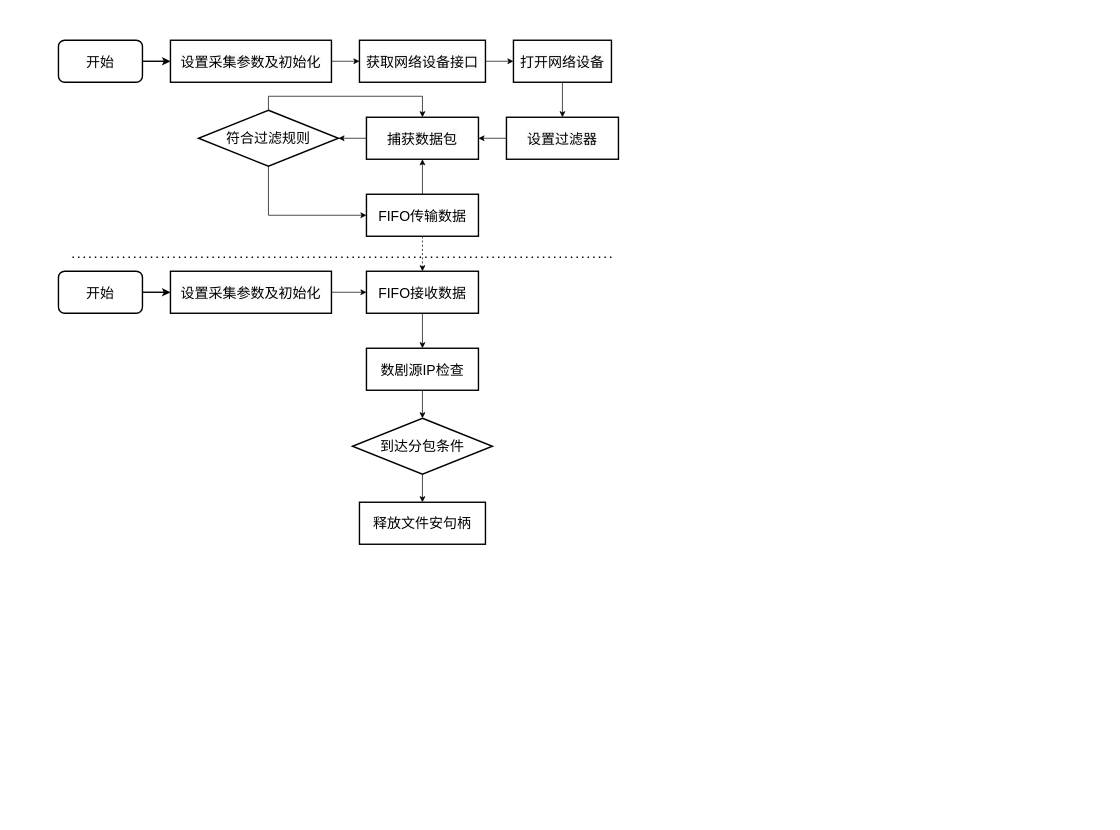
strongjay/outPath keeps this draw.io diagram as LIADRLOG.drawio. Above is the earlier version. Source tidied: cells renumbered, new cells numbered last; positions are measured from the earlier drawing's top-left corner, leaving out a move shared by most shapes. Both pictures are drawn from the tidied source at 70%, with x=0, y=0 at pixel (58, 40).
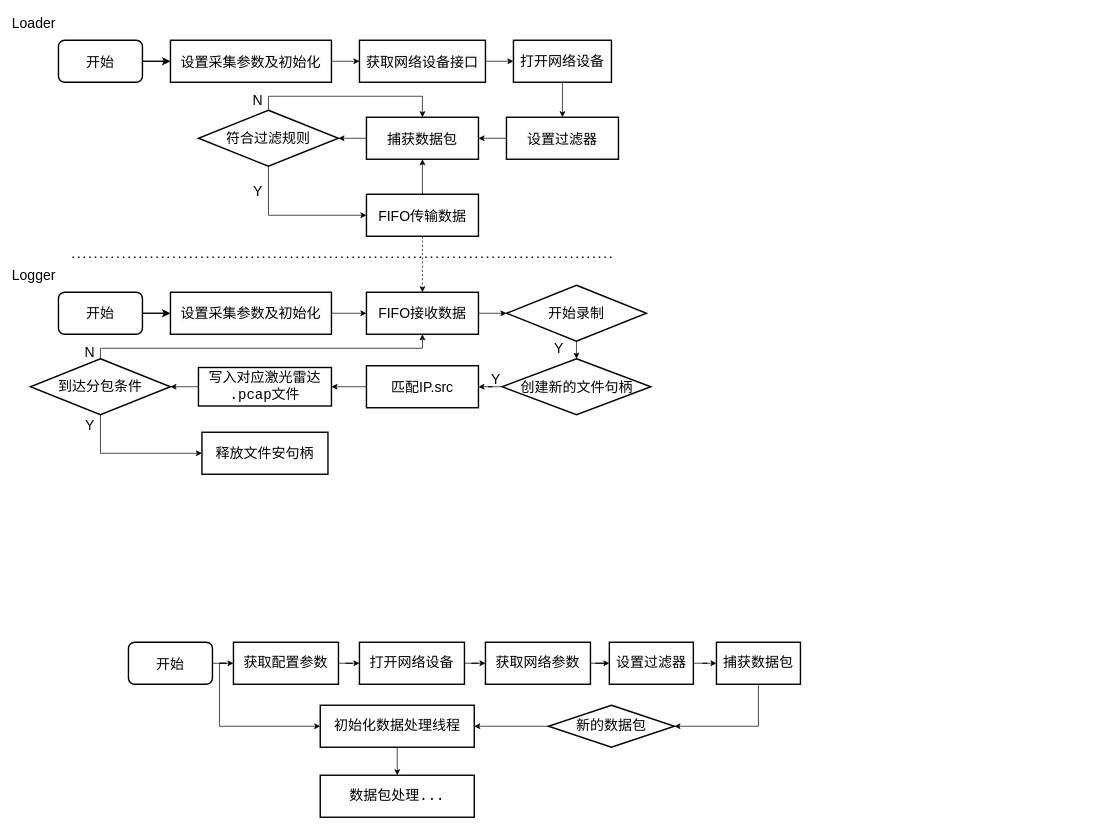
The same diagram, later.

Change to the diagram source:
```diff
@@
-    <mxCell id="9" value="&lt;h2 style=&quot;forced-color-adjust: none; color: rgb(0, 0, 0); font-family: Helvetica; font-style: normal; font-variant-ligatures: normal; font-variant-caps: normal; letter-spacing: normal; orphans: 2; text-align: center; text-indent: 0px; text-transform: none; widows: 2; word-spacing: 0px; -webkit-text-stroke-width: 0px; white-space: normal; background-color: rgb(251, 251, 251); text-decoration-thickness: initial; text-decoration-style: initial; text-decoration-color: initial; font-size: 20px;&quot;&gt;&lt;span style=&quot;forced-color-adjust: none; font-weight: normal;&quot;&gt;打开网络设备&lt;/span&gt;&lt;/h2&gt;" style="rounded=0;whiteSpace=wrap;html=1;strokeWidth=2;" parent="1" vertex="1">
+    <mxCell id="9" value="&lt;h2 style=&quot;forced-color-adjust: none; color: rgb(0, 0, 0); font-family: Helvetica; font-style: normal; font-variant-ligatures: normal; font-variant-caps: normal; letter-spacing: normal; orphans: 2; text-align: center; text-indent: 0px; text-transform: none; widows: 2; word-spacing: 0px; -webkit-text-stroke-width: 0px; white-space: normal; background-color: rgb(251, 251, 251); text-decoration-thickness: initial; text-decoration-style: initial; text-decoration-color: initial;&quot;&gt;&lt;span style=&quot;forced-color-adjust: none; font-weight: normal;&quot;&gt;&lt;font style=&quot;font-size: 20px;&quot;&gt;打开网络设备&lt;/font&gt;&lt;/span&gt;&lt;/h2&gt;" style="rounded=0;whiteSpace=wrap;html=1;strokeWidth=2;" parent="1" vertex="1">
       <mxGeometry x="650" width="140" height="60" as="geometry" />
     </mxCell>
@@
-    <mxCell id="20" style="edgeStyle=orthogonalEdgeStyle;rounded=0;jettySize=auto;html=1;entryX=0.5;entryY=0;entryDx=0;entryDy=0;" parent="1" edge="1" source="21" target="28">
+    <mxCell id="20" style="edgeStyle=orthogonalEdgeStyle;rounded=0;jettySize=auto;html=1;exitX=0.5;exitY=1;exitDx=0;exitDy=0;" parent="1" edge="1" source="35" target="38">
       <mxGeometry relative="1" as="geometry" />
     </mxCell>
+    <mxCell id="32" style="edgeStyle=orthogonalEdgeStyle;rounded=0;jettySize=auto;html=1;" parent="1" edge="1" source="21" target="35">
+      <mxGeometry relative="1" as="geometry" />
+    </mxCell>
     <mxCell id="21" value="&lt;h2 style=&quot;font-size: 20px;&quot;&gt;&lt;span style=&quot;font-weight: normal;&quot;&gt;FIFO接收数据&lt;/span&gt;&lt;/h2&gt;" style="whiteSpace=wrap;html=1;rounded=0;strokeWidth=2;" parent="1" vertex="1">
-      <mxGeometry x="440" y="330" width="160" height="60" as="geometry" />
+      <mxGeometry x="440" y="360" width="160" height="60" as="geometry" />
     </mxCell>
@@
     <mxCell id="24" value="&lt;h2 style=&quot;font-size: 20px;&quot;&gt;&lt;span style=&quot;font-weight: normal;&quot;&gt;开始&lt;/span&gt;&lt;/h2&gt;" style="rounded=1;whiteSpace=wrap;html=1;strokeWidth=2;" parent="1" vertex="1">
-      <mxGeometry y="330" width="120" height="60" as="geometry" />
+      <mxGeometry y="360" width="120" height="60" as="geometry" />
     </mxCell>
@@
     <mxCell id="26" value="&lt;h2 style=&quot;forced-color-adjust: none; color: rgb(0, 0, 0); font-family: Helvetica; font-style: normal; font-variant-ligatures: normal; font-variant-caps: normal; letter-spacing: normal; orphans: 2; text-align: center; text-indent: 0px; text-transform: none; widows: 2; word-spacing: 0px; -webkit-text-stroke-width: 0px; white-space: normal; background-color: rgb(251, 251, 251); text-decoration-thickness: initial; text-decoration-style: initial; text-decoration-color: initial; font-size: 20px;&quot;&gt;&lt;span style=&quot;forced-color-adjust: none; font-weight: normal;&quot;&gt;设置采集参数及初始化&lt;/span&gt;&lt;/h2&gt;" style="rounded=0;whiteSpace=wrap;html=1;strokeWidth=2;" parent="1" vertex="1">
-      <mxGeometry x="160" y="330" width="230" height="60" as="geometry" />
+      <mxGeometry x="160" y="360" width="230" height="60" as="geometry" />
     </mxCell>
-    <mxCell id="27" style="edgeStyle=orthogonalEdgeStyle;rounded=0;jettySize=auto;html=1;entryX=0.5;entryY=0;entryDx=0;entryDy=0;" parent="1" edge="1" source="28" target="30">
-      <mxGeometry relative="1" as="geometry" />
-    </mxCell>
+    <mxCell id="33" style="edgeStyle=orthogonalEdgeStyle;rounded=0;jettySize=auto;html=1;" parent="1" edge="1" source="28" target="40">
+      <mxGeometry relative="1" as="geometry" />
+    </mxCell>
-    <mxCell id="28" value="&lt;h2 style=&quot;font-size: 20px;&quot;&gt;&lt;span style=&quot;font-weight: normal;&quot;&gt;数剧源IP检查&lt;/span&gt;&lt;/h2&gt;" style="whiteSpace=wrap;html=1;rounded=0;strokeWidth=2;" parent="1" vertex="1">
-      <mxGeometry x="440" y="440" width="160" height="60" as="geometry" />
+    <mxCell id="28" value="&lt;h2 style=&quot;font-size: 20px;&quot;&gt;&lt;span style=&quot;font-weight: 400;&quot;&gt;匹配IP.src&lt;/span&gt;&lt;/h2&gt;" style="whiteSpace=wrap;html=1;rounded=0;strokeWidth=2;" parent="1" vertex="1">
+      <mxGeometry x="440" y="465" width="160" height="60" as="geometry" />
     </mxCell>
-    <mxCell id="29" style="edgeStyle=orthogonalEdgeStyle;rounded=0;jettySize=auto;html=1;" parent="1" edge="1" source="30" target="31">
+    <mxCell id="29" style="edgeStyle=orthogonalEdgeStyle;rounded=0;jettySize=auto;html=1;exitX=0.5;exitY=1;exitDx=0;exitDy=0;entryX=0;entryY=0.5;entryDx=0;entryDy=0;" parent="1" edge="1" source="30" target="31">
       <mxGeometry relative="1" as="geometry" />
     </mxCell>
+    <mxCell id="34" style="edgeStyle=orthogonalEdgeStyle;rounded=0;jettySize=auto;html=1;entryX=0.5;entryY=1;entryDx=0;entryDy=0;" parent="1" edge="1" source="30" target="21">
+      <mxGeometry relative="1" as="geometry">
+        <Array as="points">
+          <mxPoint x="60" y="440" />
+          <mxPoint x="520" y="440" />
+        </Array>
+      </mxGeometry>
+    </mxCell>
     <mxCell id="30" value="&lt;h2 style=&quot;&quot;&gt;&lt;span style=&quot;font-size: 20px; font-weight: 400;&quot;&gt;到达分包条件&lt;/span&gt;&lt;/h2&gt;" style="rhombus;whiteSpace=wrap;html=1;rounded=0;strokeWidth=2;" parent="1" vertex="1">
-      <mxGeometry x="420" y="540" width="200" height="80" as="geometry" />
+      <mxGeometry x="-40" y="455" width="200" height="80" as="geometry" />
     </mxCell>
     <mxCell id="31" value="&lt;h2&gt;&lt;span style=&quot;font-size: 20px; font-weight: 400;&quot;&gt;释放文件安句柄&lt;/span&gt;&lt;/h2&gt;" style="whiteSpace=wrap;html=1;rounded=0;strokeWidth=2;" parent="1" vertex="1">
-      <mxGeometry x="430" y="660" width="180" height="60" as="geometry" />
+      <mxGeometry x="205" y="560" width="180" height="60" as="geometry" />
     </mxCell>
+    <mxCell id="35" value="&lt;h2 style=&quot;&quot;&gt;&lt;span style=&quot;font-size: 20px; font-weight: 400;&quot;&gt;开始录制&lt;/span&gt;&lt;/h2&gt;" style="rhombus;whiteSpace=wrap;html=1;rounded=0;strokeWidth=2;" parent="1" vertex="1">
+      <mxGeometry x="640" y="350" width="200" height="80" as="geometry" />
+    </mxCell>
+    <mxCell id="36" value="&lt;h2 style=&quot;forced-color-adjust: none; color: rgb(0, 0, 0); font-family: Helvetica; font-style: normal; font-variant-ligatures: normal; font-variant-caps: normal; letter-spacing: normal; orphans: 2; text-align: center; text-indent: 0px; text-transform: none; widows: 2; word-spacing: 0px; -webkit-text-stroke-width: 0px; white-space: normal; background-color: rgb(251, 251, 251); text-decoration-thickness: initial; text-decoration-style: initial; text-decoration-color: initial; font-size: 20px;&quot;&gt;&lt;br&gt;&lt;/h2&gt;" style="text;whiteSpace=wrap;html=1;" parent="1" vertex="1">
+      <mxGeometry x="1290" y="550" width="210" height="80" as="geometry" />
+    </mxCell>
+    <mxCell id="37" style="edgeStyle=orthogonalEdgeStyle;rounded=0;jettySize=auto;html=1;" parent="1" edge="1" source="38" target="28">
+      <mxGeometry relative="1" as="geometry" />
+    </mxCell>
+    <mxCell id="38" value="&lt;h2 style=&quot;font-size: 20px;&quot;&gt;&lt;span style=&quot;font-weight: normal;&quot;&gt;创建新的文件句柄&lt;/span&gt;&lt;/h2&gt;" style="rhombus;whiteSpace=wrap;html=1;rounded=0;strokeWidth=2;" parent="1" vertex="1">
+      <mxGeometry x="633.8" y="455" width="212.5" height="80" as="geometry" />
+    </mxCell>
+    <mxCell id="39" style="edgeStyle=orthogonalEdgeStyle;rounded=0;jettySize=auto;html=1;" parent="1" edge="1" source="40" target="30">
+      <mxGeometry relative="1" as="geometry" />
+    </mxCell>
+    <mxCell id="40" value="&lt;pre style=&quot;font-size: 20px;&quot;&gt;&lt;span style=&quot;font-weight: 400;&quot;&gt;写入对应激光雷达&lt;br&gt;&lt;/span&gt;&lt;span style=&quot;font-weight: 400;&quot;&gt;.pcap文件&lt;/span&gt;&lt;/pre&gt;" style="whiteSpace=wrap;html=1;rounded=0;strokeWidth=2;" parent="1" vertex="1">
+      <mxGeometry x="200" y="467.5" width="190" height="55" as="geometry" />
+    </mxCell>
+    <mxCell id="41" value="&lt;font style=&quot;font-size: 20px;&quot;&gt;Y&lt;/font&gt;" style="text;html=1;align=center;verticalAlign=middle;whiteSpace=wrap;rounded=0;" parent="1" vertex="1">
+      <mxGeometry x="270" y="200" width="30" height="30" as="geometry" />
+    </mxCell>
+    <mxCell id="42" value="&lt;font style=&quot;font-size: 20px;&quot;&gt;Y&lt;/font&gt;" style="text;html=1;align=center;verticalAlign=middle;whiteSpace=wrap;rounded=0;" parent="1" vertex="1">
+      <mxGeometry x="700" y="425" width="30" height="30" as="geometry" />
+    </mxCell>
+    <mxCell id="43" value="&lt;font style=&quot;font-size: 20px;&quot;&gt;Y&lt;/font&gt;" style="text;html=1;align=center;verticalAlign=middle;whiteSpace=wrap;rounded=0;" parent="1" vertex="1">
+      <mxGeometry x="610" y="467.5" width="30" height="30" as="geometry" />
+    </mxCell>
+    <mxCell id="44" value="&lt;font style=&quot;font-size: 20px;&quot;&gt;Y&lt;/font&gt;" style="text;html=1;align=center;verticalAlign=middle;whiteSpace=wrap;rounded=0;" parent="1" vertex="1">
+      <mxGeometry x="30" y="535" width="30" height="30" as="geometry" />
+    </mxCell>
+    <mxCell id="45" value="&lt;font style=&quot;font-size: 20px;&quot;&gt;N&lt;/font&gt;" style="text;html=1;align=center;verticalAlign=middle;whiteSpace=wrap;rounded=0;" parent="1" vertex="1">
+      <mxGeometry x="270" y="70" width="30" height="30" as="geometry" />
+    </mxCell>
+    <mxCell id="46" value="&lt;font style=&quot;font-size: 20px;&quot;&gt;N&lt;/font&gt;" style="text;html=1;align=center;verticalAlign=middle;whiteSpace=wrap;rounded=0;" parent="1" vertex="1">
+      <mxGeometry x="30" y="430" width="30" height="30" as="geometry" />
+    </mxCell>
+    <mxCell id="47" value="&lt;font style=&quot;font-size: 20px;&quot;&gt;Logger&lt;/font&gt;" style="text;html=1;align=center;verticalAlign=middle;whiteSpace=wrap;rounded=0;" parent="1" vertex="1">
+      <mxGeometry x="-50" y="320" width="30" height="30" as="geometry" />
+    </mxCell>
+    <mxCell id="48" value="&lt;font style=&quot;font-size: 20px;&quot;&gt;Loader&lt;/font&gt;" style="text;html=1;align=center;verticalAlign=middle;whiteSpace=wrap;rounded=0;" parent="1" vertex="1">
+      <mxGeometry x="-50" y="-40" width="30" height="30" as="geometry" />
+    </mxCell>
+    <mxCell id="49" style="edgeStyle=orthogonalEdgeStyle;rounded=0;jettySize=auto;html=1;" parent="1" edge="1" source="51" target="53">
+      <mxGeometry relative="1" as="geometry" />
+    </mxCell>
+    <mxCell id="50" style="edgeStyle=orthogonalEdgeStyle;rounded=0;jettySize=auto;html=1;entryX=0;entryY=0.5;entryDx=0;entryDy=0;" parent="1" edge="1" target="59">
+      <mxGeometry relative="1" as="geometry">
+        <mxPoint x="240" y="890" as="sourcePoint" />
+        <Array as="points">
+          <mxPoint x="230" y="890" />
+          <mxPoint x="230" y="980" />
+        </Array>
+      </mxGeometry>
+    </mxCell>
+    <mxCell id="51" value="&lt;h2 style=&quot;font-size: 20px;&quot;&gt;&lt;span style=&quot;font-weight: normal;&quot;&gt;开始&lt;/span&gt;&lt;/h2&gt;" style="rounded=1;whiteSpace=wrap;html=1;strokeWidth=2;" parent="1" vertex="1">
+      <mxGeometry x="100" y="860" width="120" height="60" as="geometry" />
+    </mxCell>
+    <mxCell id="52" style="edgeStyle=orthogonalEdgeStyle;rounded=0;jettySize=auto;html=1;" parent="1" edge="1" source="53" target="55">
+      <mxGeometry relative="1" as="geometry" />
+    </mxCell>
+    <mxCell id="53" value="&lt;pre style=&quot;&quot;&gt;&lt;span style=&quot;font-size: 20px; font-weight: 400;&quot;&gt;获取配置参数&lt;/span&gt;&lt;/pre&gt;" style="whiteSpace=wrap;html=1;rounded=0;strokeWidth=2;" parent="1" vertex="1">
+      <mxGeometry x="250" y="860" width="150" height="60" as="geometry" />
+    </mxCell>
+    <mxCell id="54" style="edgeStyle=orthogonalEdgeStyle;rounded=0;jettySize=auto;html=1;" parent="1" edge="1" source="55" target="57">
+      <mxGeometry relative="1" as="geometry" />
+    </mxCell>
+    <mxCell id="55" value="&lt;pre style=&quot;&quot;&gt;&lt;span style=&quot;font-size: 20px;&quot;&gt;打开网络设备&lt;/span&gt;&lt;br&gt;&lt;/pre&gt;" style="whiteSpace=wrap;html=1;rounded=0;strokeWidth=2;" parent="1" vertex="1">
+      <mxGeometry x="430" y="860" width="150" height="60" as="geometry" />
+    </mxCell>
+    <mxCell id="56" style="edgeStyle=orthogonalEdgeStyle;rounded=0;jettySize=auto;html=1;" parent="1" edge="1" source="57" target="61">
+      <mxGeometry relative="1" as="geometry" />
+    </mxCell>
+    <mxCell id="57" value="&lt;pre style=&quot;&quot;&gt;&lt;span style=&quot;font-size: 20px;&quot;&gt;获取网络参数&lt;/span&gt;&lt;br&gt;&lt;/pre&gt;" style="whiteSpace=wrap;html=1;rounded=0;strokeWidth=2;" parent="1" vertex="1">
+      <mxGeometry x="610" y="860" width="150" height="60" as="geometry" />
+    </mxCell>
+    <mxCell id="58" style="edgeStyle=orthogonalEdgeStyle;rounded=0;jettySize=auto;html=1;" parent="1" edge="1" source="59" target="67">
+      <mxGeometry relative="1" as="geometry" />
+    </mxCell>
+    <mxCell id="59" value="&lt;pre&gt;&lt;span style=&quot;font-size: 20px;&quot;&gt;初始化数据处理线程&lt;/span&gt;&lt;/pre&gt;" style="whiteSpace=wrap;html=1;rounded=0;strokeWidth=2;" parent="1" vertex="1">
+      <mxGeometry x="374" y="950" width="220" height="60" as="geometry" />
+    </mxCell>
+    <mxCell id="60" style="edgeStyle=orthogonalEdgeStyle;rounded=0;jettySize=auto;html=1;" parent="1" edge="1" source="61" target="63">
+      <mxGeometry relative="1" as="geometry" />
+    </mxCell>
+    <mxCell id="61" value="&lt;pre style=&quot;&quot;&gt;&lt;span style=&quot;font-size: 20px;&quot;&gt;设置过滤器&lt;/span&gt;&lt;br&gt;&lt;/pre&gt;" style="whiteSpace=wrap;html=1;rounded=0;strokeWidth=2;" parent="1" vertex="1">
+      <mxGeometry x="787" y="860" width="120" height="60" as="geometry" />
+    </mxCell>
+    <mxCell id="62" style="edgeStyle=orthogonalEdgeStyle;rounded=0;jettySize=auto;html=1;entryX=1;entryY=0.5;entryDx=0;entryDy=0;exitX=0.5;exitY=1;exitDx=0;exitDy=0;" parent="1" edge="1" source="63" target="65">
+      <mxGeometry relative="1" as="geometry" />
+    </mxCell>
+    <mxCell id="63" value="&lt;pre style=&quot;&quot;&gt;&lt;span style=&quot;font-size: 20px;&quot;&gt;捕获数据包&lt;/span&gt;&lt;br&gt;&lt;/pre&gt;" style="whiteSpace=wrap;html=1;rounded=0;strokeWidth=2;" parent="1" vertex="1">
+      <mxGeometry x="940" y="860" width="120" height="60" as="geometry" />
+    </mxCell>
+    <mxCell id="64" style="edgeStyle=orthogonalEdgeStyle;rounded=0;jettySize=auto;html=1;entryX=1;entryY=0.5;entryDx=0;entryDy=0;" parent="1" edge="1" source="65" target="59">
+      <mxGeometry relative="1" as="geometry" />
+    </mxCell>
+    <mxCell id="65" value="&lt;pre&gt;&lt;span style=&quot;font-size: 20px;&quot;&gt;新的数据包&lt;/span&gt;&lt;/pre&gt;" style="rhombus;whiteSpace=wrap;html=1;rounded=0;strokeWidth=2;" parent="1" vertex="1">
+      <mxGeometry x="700" y="950" width="180" height="60" as="geometry" />
+    </mxCell>
+    <mxCell id="66" style="edgeStyle=orthogonalEdgeStyle;rounded=0;orthogonalLoop=1;jettySize=auto;html=1;entryX=0.5;entryY=0;entryDx=0;entryDy=0;" parent="1" edge="1">
+      <mxGeometry relative="1" as="geometry">
+        <mxPoint x="990" y="960" as="sourcePoint" />
+        <mxPoint x="990" y="960" as="targetPoint" />
+      </mxGeometry>
+    </mxCell>
+    <mxCell id="67" value="&lt;pre&gt;&lt;span style=&quot;font-size: 20px;&quot;&gt;数据包处理...&lt;/span&gt;&lt;/pre&gt;" style="whiteSpace=wrap;html=1;rounded=0;strokeWidth=2;" parent="1" vertex="1">
+      <mxGeometry x="374" y="1050" width="220" height="60" as="geometry" />
+    </mxCell>
```
